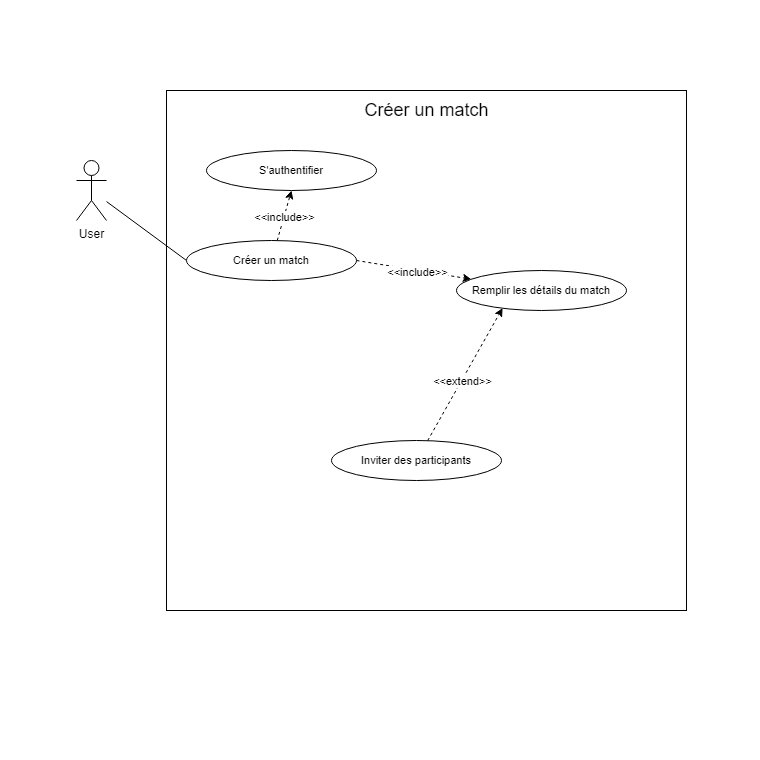
Above: Diagram use case Créer un match.drawio.png in Mathistrg/Styx (draw.io), before the change. Source tidied: cells renumbered, new cells last; positions are measured from the earlier drawing's top-left corner, leaving out a move shared by most shapes.
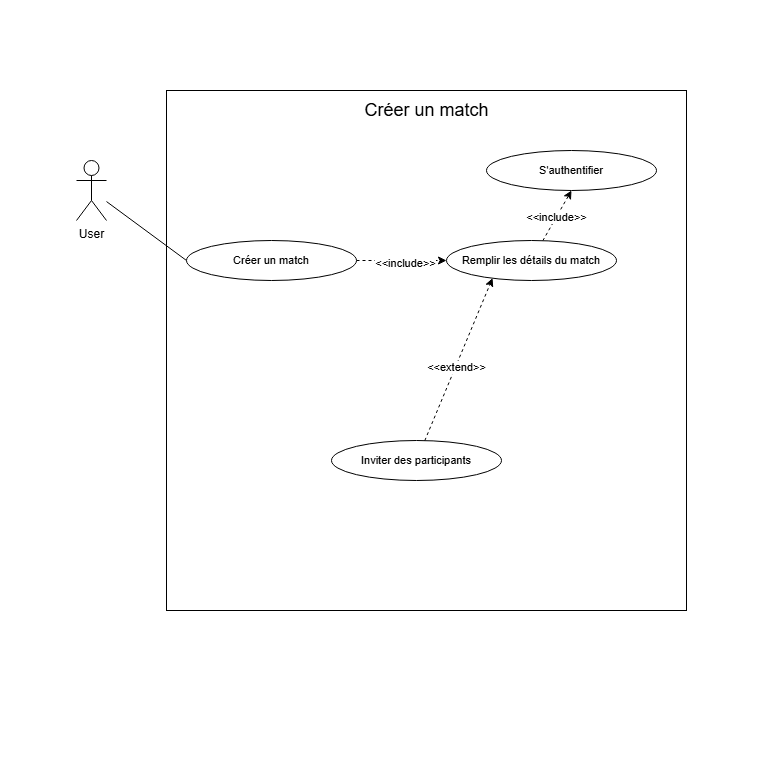
After the commit.

Commit message:
Mettre à jour Diagram use case Créer un match.drawio.png

The edit, as a diff of the source:
```diff
@@ -17,7 +17,7 @@
     <mxCell id="6" value="User" style="shape=umlActor;verticalLabelPosition=bottom;verticalAlign=top;html=1;outlineConnect=0;" parent="1" vertex="1">
       <mxGeometry x="76" y="160" width="30" height="60" as="geometry" />
     </mxCell>
-    <mxCell id="7" style="edgeStyle=none;shape=connector;rounded=0;jettySize=auto;html=1;entryX=0.5;entryY=1;entryDx=0;entryDy=0;dashed=1;strokeColor=default;align=center;verticalAlign=middle;fontFamily=Helvetica;fontSize=11;fontColor=default;labelBackgroundColor=default;endArrow=classic;endFill=1;" parent="1" edge="1" source="11" target="12">
+    <mxCell id="7" style="edgeStyle=none;shape=connector;rounded=0;jettySize=auto;html=1;entryX=0.5;entryY=1;entryDx=0;entryDy=0;dashed=1;strokeColor=default;align=center;verticalAlign=middle;fontFamily=Helvetica;fontSize=11;fontColor=default;labelBackgroundColor=default;endArrow=classic;endFill=1;" parent="1" edge="1" source="13" target="12">
       <mxGeometry relative="1" as="geometry" />
     </mxCell>
     <mxCell id="8" value="&amp;lt;&amp;lt;include&amp;gt;&amp;gt;" style="edgeLabel;html=1;align=center;verticalAlign=middle;fontFamily=Helvetica;fontSize=11;fontColor=default;labelBackgroundColor=default;" parent="7" vertex="1">
@@ -33,10 +33,10 @@
       <mxGeometry x="186" y="240" width="170" height="40" as="geometry" />
     </mxCell>
     <mxCell id="12" value="S'authentifier" style="ellipse;whiteSpace=wrap;html=1;fontFamily=Helvetica;fontSize=11;fontColor=default;labelBackgroundColor=default;" parent="1" vertex="1">
-      <mxGeometry x="206" y="150" width="170" height="40" as="geometry" />
+      <mxGeometry x="486" y="150" width="170" height="40" as="geometry" />
     </mxCell>
     <mxCell id="13" value="Remplir les détails du match" style="ellipse;whiteSpace=wrap;html=1;fontFamily=Helvetica;fontSize=11;fontColor=default;labelBackgroundColor=default;" parent="1" vertex="1">
-      <mxGeometry x="456" y="270" width="170" height="40" as="geometry" />
+      <mxGeometry x="446" y="240" width="170" height="40" as="geometry" />
     </mxCell>
     <mxCell id="14" value="Inviter des participants" style="ellipse;whiteSpace=wrap;html=1;fontFamily=Helvetica;fontSize=11;fontColor=default;labelBackgroundColor=default;" parent="1" vertex="1">
       <mxGeometry x="331" y="440" width="170" height="40" as="geometry" />
```
